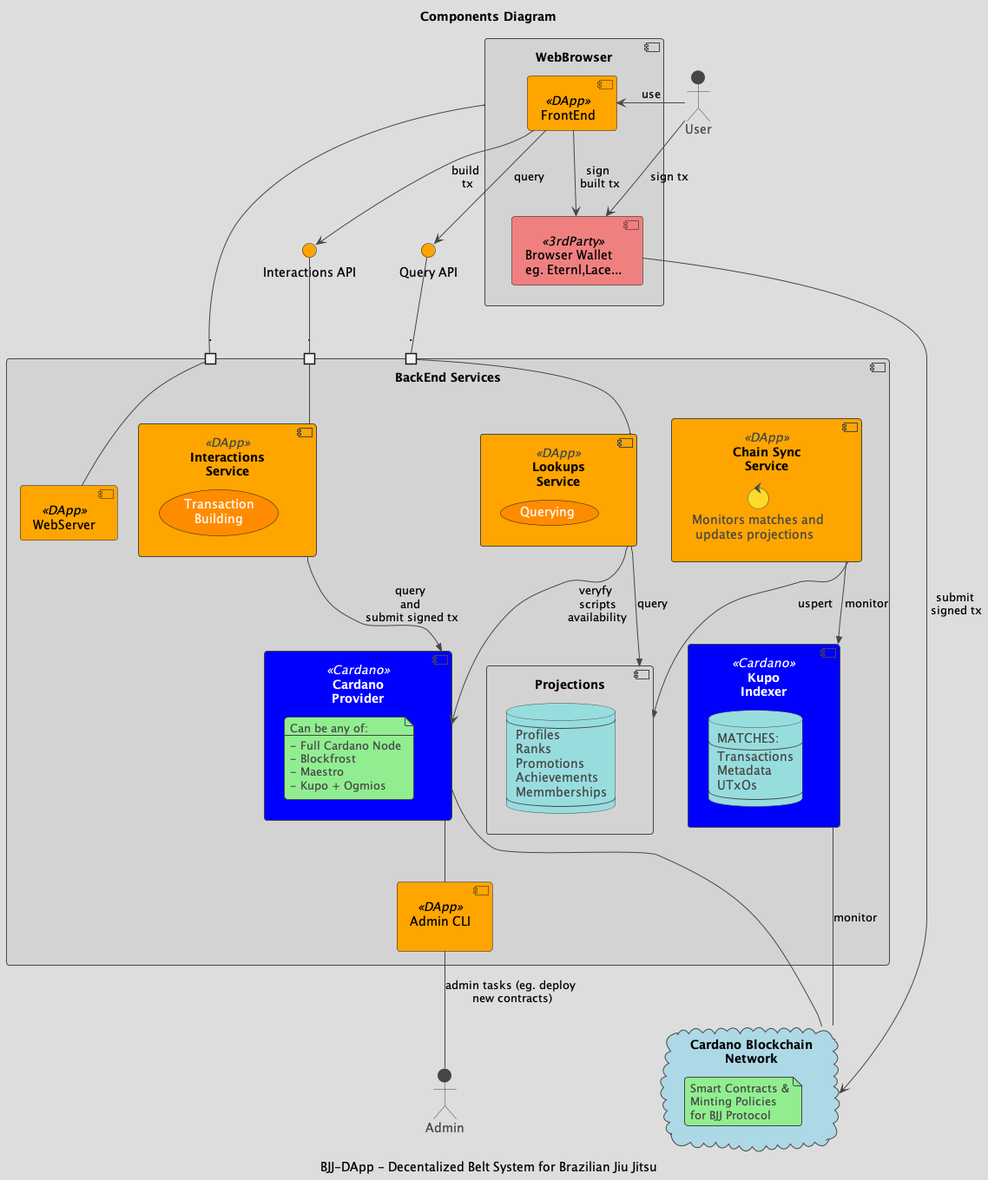
Before: out/puml/ComponentDiagram/ComponentDiagram.png, a diagram exported from PlantUML (en7angled/Decentralized-Belt-System).
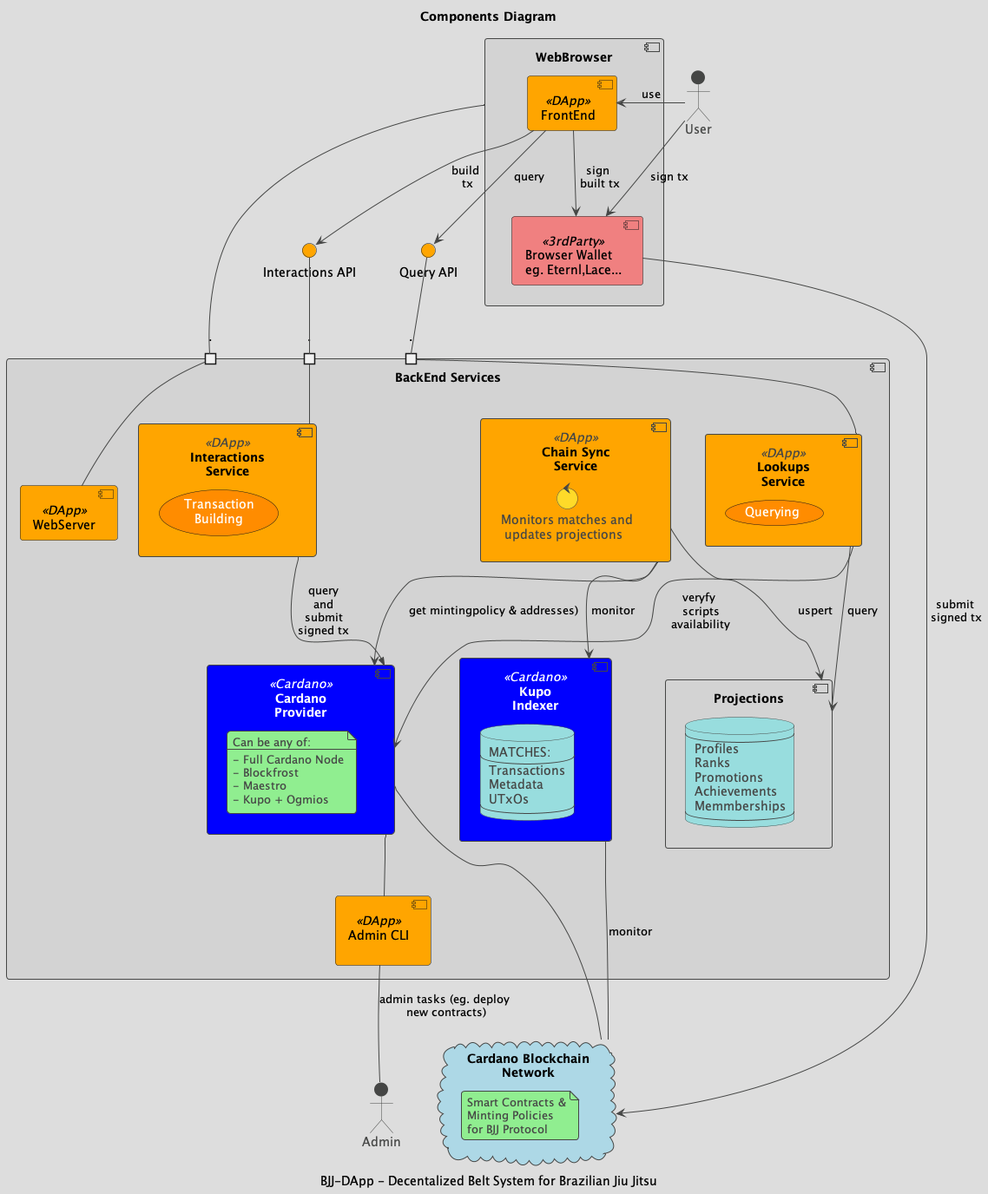
The same file after the commit.

Change to the diagram source:
```diff
@@ -97,12 +97,13 @@
     Interactions - interactionsPort
     Lookups - queryPort
 
-    Interactions -->> CardanoProvider : query\n and \n submit signed tx
+    Interactions -->> CardanoProvider : query\n and \n submit \nsigned tx
     Lookups --> CardanoProvider : veryfy\n scripts\n availability
 
-    ChainSync -->> Projections : uspert
-    Lookups -->> Projections : query
-    ChainSync -->> Kupo : monitor
+    ChainSync --> Kupo : monitor
+    ChainSync --> CardanoProvider : get mintingpolicy & addresses)
+    ChainSync --> Projections : uspert
+    Lookups --> Projections : query
 
 
 
@@ -133,9 +134,9 @@
 BrowserWallet --> BlockchainNetwork : "submit\n signed tx"
 
 
-Kupo --- BlockchainNetwork : monitor
+Kupo -down-- BlockchainNetwork : monitor
 
-CardanoProvider -- BlockchainNetwork
+CardanoProvider -down-- BlockchainNetwork
 
 AdminCLI -up- CardanoProvider
 
```
